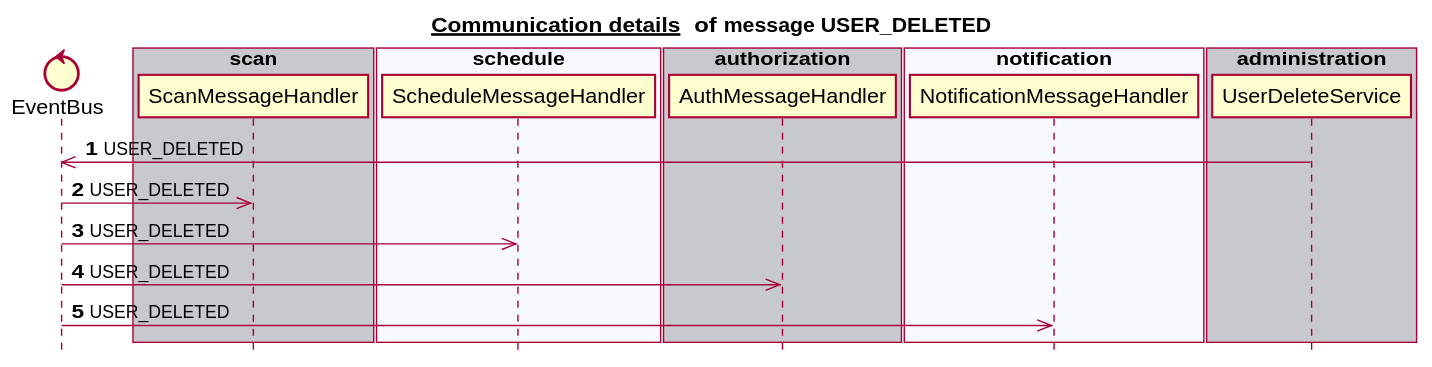
mercedes-benz/sechub keeps this PlantUML diagram as docs/latest/images/gen_domain_messaging_user_deleted.svg. Above is the earlier version.
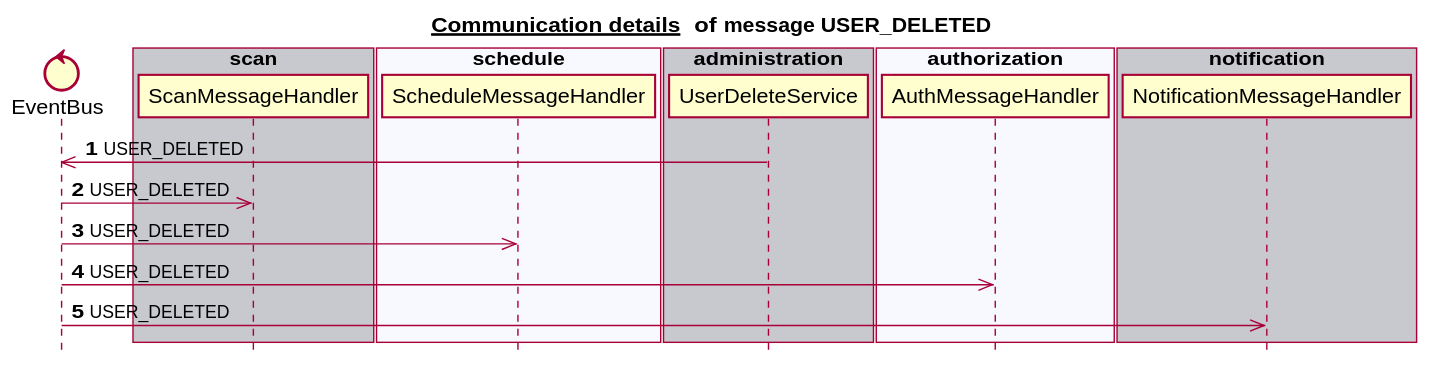
After the change.

Diff of the diagram source:
```diff
@@ -12,14 +12,14 @@
 box "schedule" #F8F8FF
    participant ScheduleMessageHandler
 end box
-box "authorization" #C8C8CF
+box "administration" #C8C8CF
+   participant UserDeleteService
+end box
+box "authorization" #F8F8FF
    participant AuthMessageHandler
 end box
-box "notification" #F8F8FF
+box "notification" #C8C8CF
    participant NotificationMessageHandler
-end box
-box "administration" #C8C8CF
-   participant UserDeleteService
 end box
 autonumber 1
 UserDeleteService ->> EventBus:USER_DELETED
```
